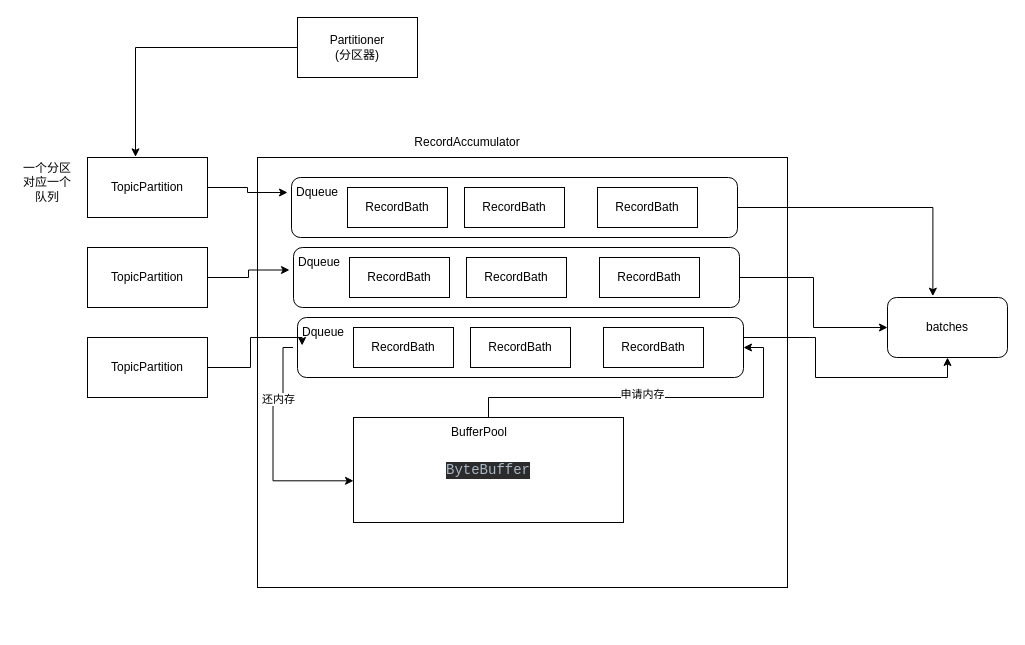
This is page "RecordAccumulator原理图" (3 of 3) of KAFKA源码.drawio from heyuan-sys/testgit, a draw.io file, before an edit. Source tidied: cells renumbered, new cells numbered last; positions are measured from the earlier drawing's top-left corner, leaving out a move shared by most shapes. Both pictures are drawn from the tidied source at 100%, with x=0, y=0 at pixel (17, 17).
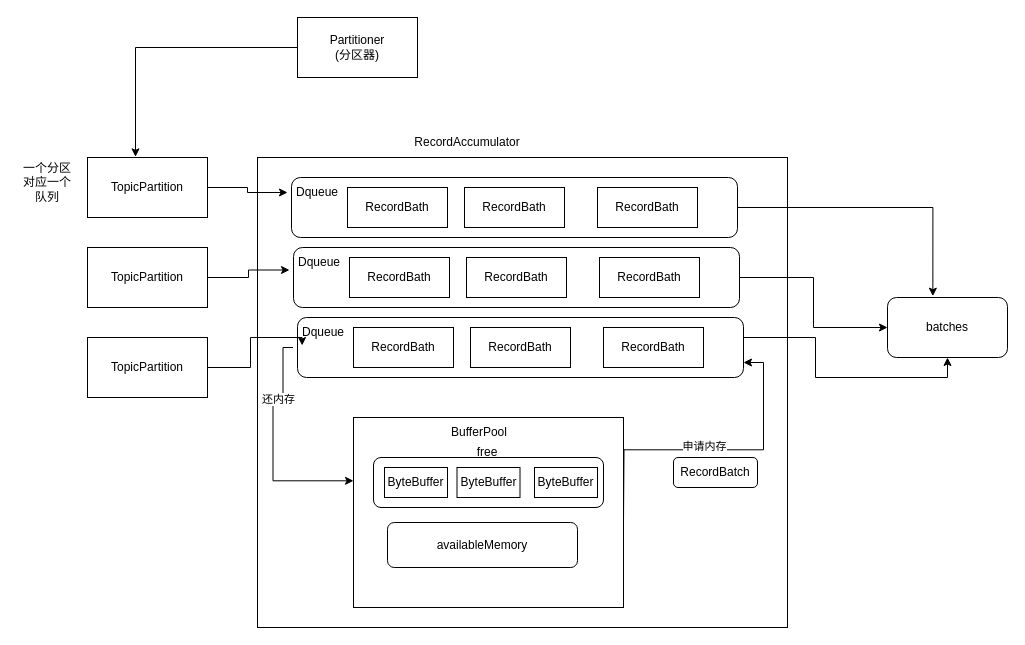
The same diagram, later.

The change refers to these unchanged cells:
```xml
<mxCell id="21" style="rounded=1;whiteSpace=wrap;html=1;" parent="1" vertex="1">
  <mxGeometry x="280" y="300" width="446" height="60" as="geometry" />
</mxCell>
```

The edit, as a diff of the source:
```diff
@@
     <mxCell id="7" style="rounded=0;whiteSpace=wrap;html=1;" parent="1" vertex="1">
-      <mxGeometry x="240" y="140" width="530" height="430" as="geometry" />
+      <mxGeometry x="240" y="140" width="530" height="470" as="geometry" />
     </mxCell>
@@
-    <mxCell id="28" style="edgeStyle=orthogonalEdgeStyle;rounded=0;jettySize=auto;html=1;entryX=1;entryY=0.5;entryDx=0;entryDy=0;" parent="1" edge="1" source="30" target="21">
-      <mxGeometry relative="1" as="geometry" />
+    <mxCell id="28" style="edgeStyle=orthogonalEdgeStyle;rounded=0;jettySize=auto;html=1;entryX=1;entryY=0.75;entryDx=0;entryDy=0;" parent="1" edge="1" target="21">
+      <mxGeometry relative="1" as="geometry">
+        <mxPoint x="606" y="504.5" as="sourcePoint" />
+      </mxGeometry>
     </mxCell>
@@
-    <mxCell id="30" value="&lt;div style=&quot;background-color:#2b2b2b;color:#a9b7c6;font-family:'JetBrains Mono',monospace;font-size:10.5pt;&quot;&gt;&lt;pre&gt;ByteBuffer&lt;/pre&gt;&lt;/div&gt;" style="rounded=0;whiteSpace=wrap;html=1;" parent="1" vertex="1">
-      <mxGeometry x="336" y="400" width="270" height="105" as="geometry" />
+    <mxCell id="30" value="&lt;div style=&quot;background-color:#2b2b2b;color:#a9b7c6;font-family:'JetBrains Mono',monospace;font-size:10.5pt;&quot;&gt;&lt;pre&gt;&lt;br&gt;&lt;/pre&gt;&lt;/div&gt;" style="rounded=0;whiteSpace=wrap;html=1;" parent="1" vertex="1">
+      <mxGeometry x="336" y="400" width="270" height="190" as="geometry" />
     </mxCell>
@@
+    <mxCell id="38" style="rounded=1;whiteSpace=wrap;html=1;" parent="1" vertex="1">
+      <mxGeometry x="356" y="440" width="230" height="50" as="geometry" />
+    </mxCell>
+    <mxCell id="39" value="free" style="text;html=1;strokeColor=none;fillColor=none;align=center;verticalAlign=middle;whiteSpace=wrap;rounded=0;" parent="1" vertex="1">
+      <mxGeometry x="439.5" y="420" width="60" height="30" as="geometry" />
+    </mxCell>
+    <mxCell id="40" value="ByteBuffer" style="rounded=0;whiteSpace=wrap;html=1;" parent="1" vertex="1">
+      <mxGeometry x="367" y="450" width="63" height="30" as="geometry" />
+    </mxCell>
+    <mxCell id="41" value="ByteBuffer" style="rounded=0;whiteSpace=wrap;html=1;" parent="1" vertex="1">
+      <mxGeometry x="439.5" y="450" width="63" height="30" as="geometry" />
+    </mxCell>
+    <mxCell id="42" value="ByteBuffer" style="rounded=0;whiteSpace=wrap;html=1;" parent="1" vertex="1">
+      <mxGeometry x="517" y="450" width="63" height="30" as="geometry" />
+    </mxCell>
+    <mxCell id="43" value="availableMemory" style="rounded=1;whiteSpace=wrap;html=1;" parent="1" vertex="1">
+      <mxGeometry x="370" y="505" width="190" height="45" as="geometry" />
+    </mxCell>
+    <mxCell id="44" value="RecordBatch" style="rounded=1;whiteSpace=wrap;html=1;" parent="1" vertex="1">
+      <mxGeometry x="656" y="440" width="84" height="30" as="geometry" />
+    </mxCell>
```
